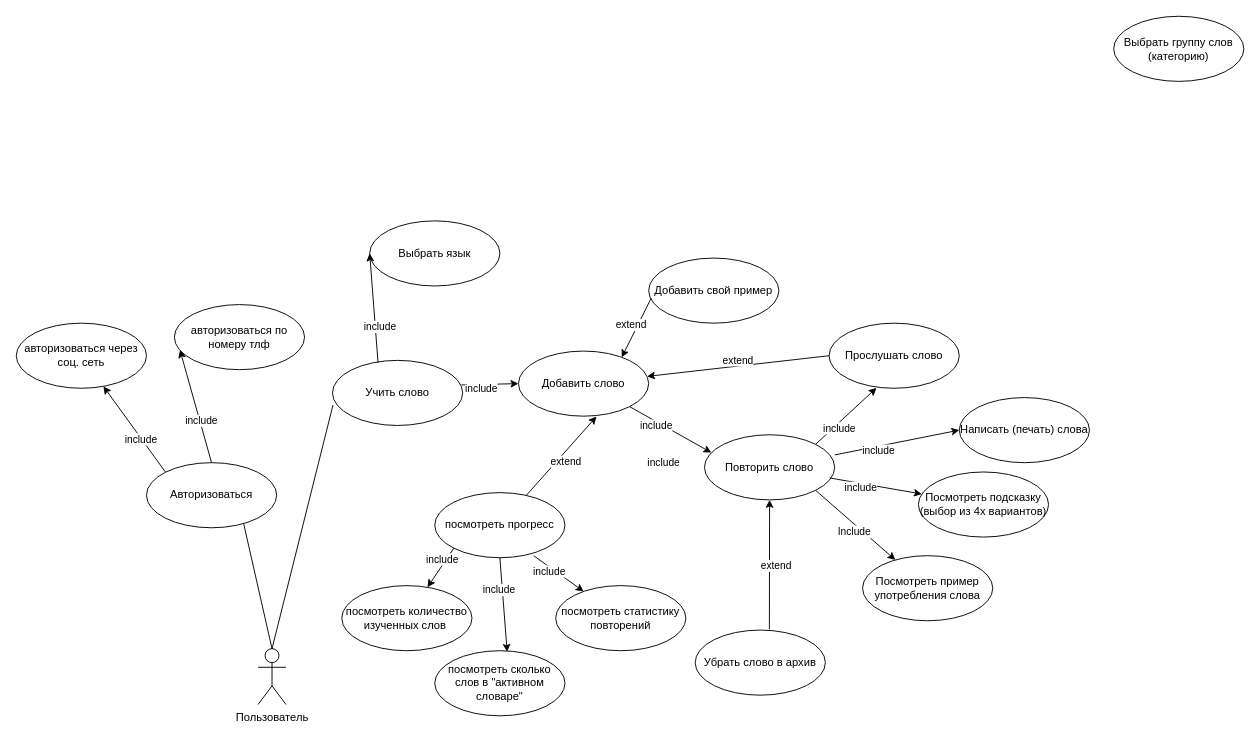
This is UML/use-case.drawio from Milawave/learning-word, a draw.io file, before an edit. Source tidied: cells renumbered, new cells numbered last; positions are measured from the earlier drawing's top-left corner, leaving out a move shared by most shapes. Both pictures are drawn from the tidied source at 93%, with x=0, y=0 at pixel (16, 16).
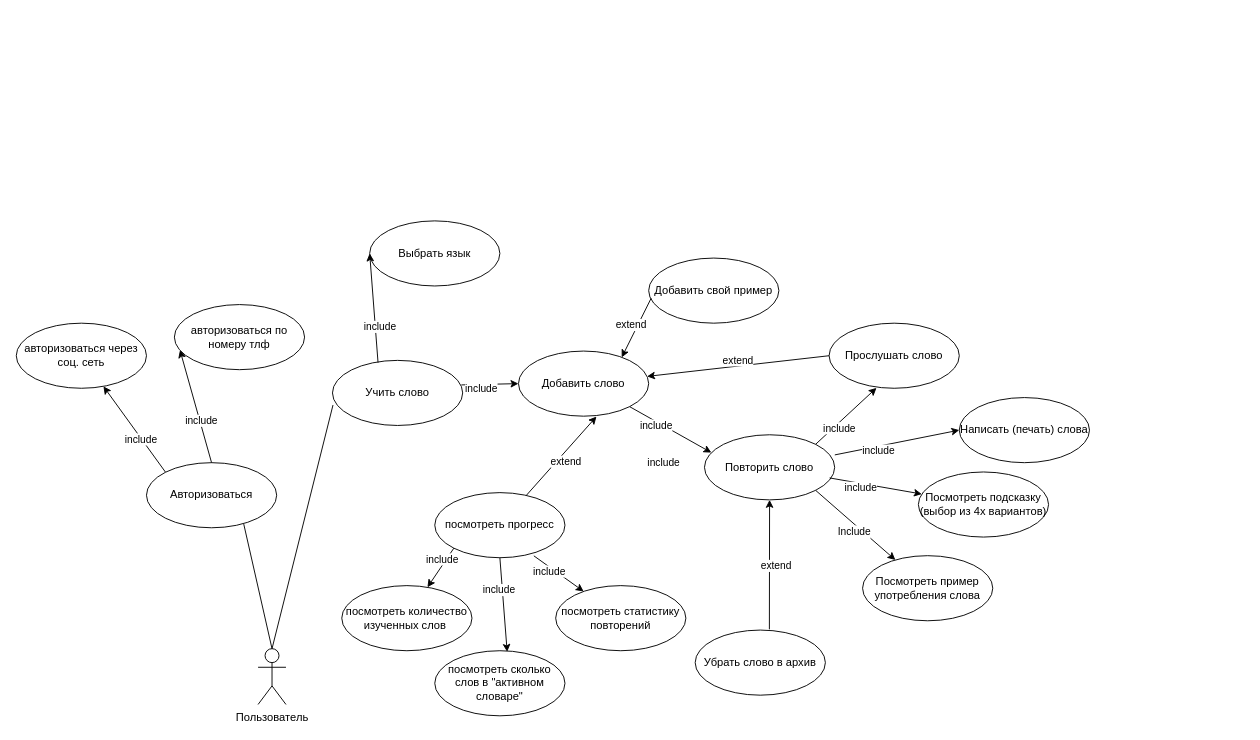
After the change.

Commit message (it also covers changes not shown here):
Добавлены учебные диаграммы BPMN и IDEF0, обновлён README

What changed in the source:
```diff
@@
-    <mxCell id="16" value="Выбрать группу слов (категорию)" style="ellipse;whiteSpace=wrap;html=1;" parent="1" vertex="1">
-      <mxGeometry x="1180" width="140" height="70" as="geometry" />
-    </mxCell>
```
